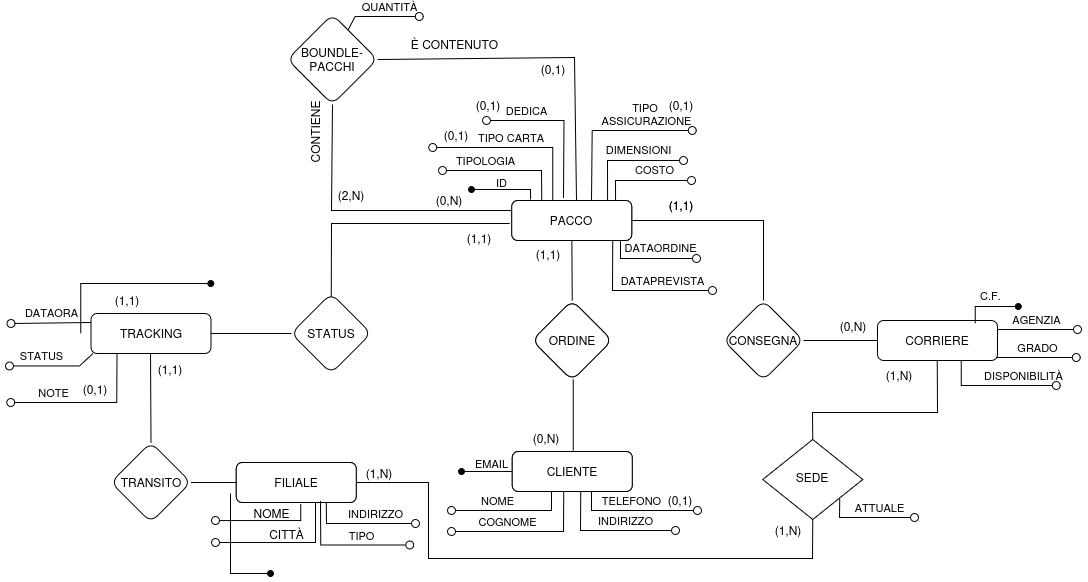
Before: Resources/ML.png, a diagram exported from draw.io (Solgio/ProgettoBasi). Source tidied: cells renumbered, new cells last; positions are measured from the earlier drawing's top-left corner, leaving out a move shared by most shapes.
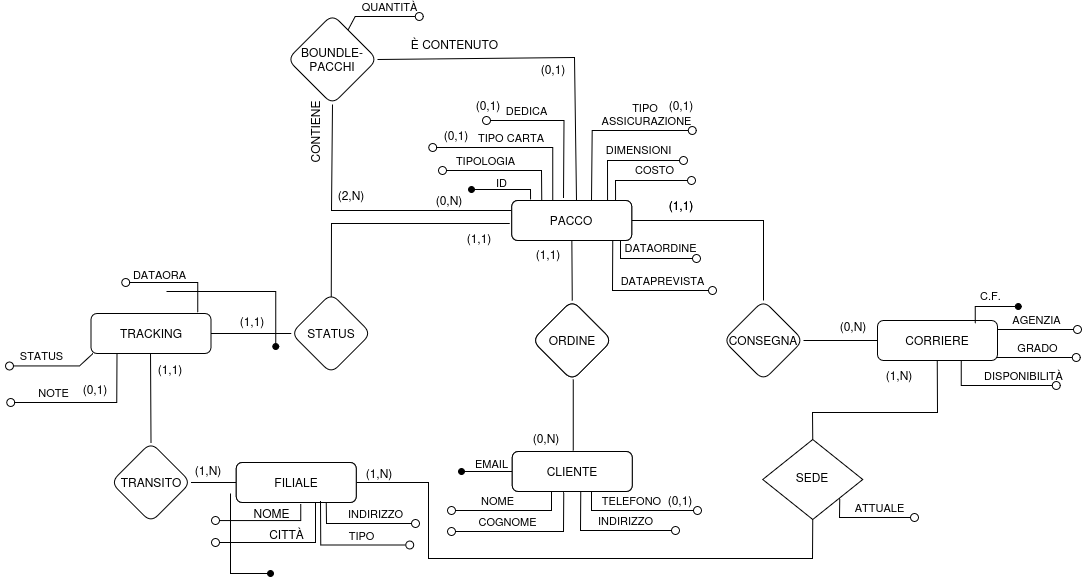
Above is the later version.

What changed in the source:
```diff
@@ -42,7 +42,7 @@
       <mxGeometry x="131.2" y="340" width="60" height="30" as="geometry" />
     </mxCell>
     <mxCell id="15" value="(1,N)" style="text;strokeColor=none;align=center;fillColor=none;html=1;verticalAlign=middle;whiteSpace=wrap;rounded=0;" parent="1" vertex="1">
-      <mxGeometry x="749" y="501" width="60" height="30" as="geometry" />
+      <mxGeometry x="169" y="441" width="60" height="30" as="geometry" />
     </mxCell>
     <mxCell id="16" value="(1,N)" style="text;strokeColor=none;align=center;fillColor=none;html=1;verticalAlign=middle;whiteSpace=wrap;rounded=0;" parent="1" vertex="1">
       <mxGeometry x="860" y="346" width="60" height="30" as="geometry" />
@@ -53,9 +53,6 @@
     <mxCell id="18" value="(0,N)" style="text;strokeColor=none;align=center;fillColor=none;html=1;verticalAlign=middle;whiteSpace=wrap;rounded=0;" parent="1" vertex="1">
       <mxGeometry x="507.2" y="409" width="60" height="30" as="geometry" />
     </mxCell>
-    <mxCell id="19" value="(1,1)" style="text;strokeColor=none;align=center;fillColor=none;html=1;verticalAlign=middle;whiteSpace=wrap;rounded=0;" parent="1" vertex="1">
-      <mxGeometry x="88" y="271" width="60" height="30" as="geometry" />
-    </mxCell>
     <mxCell id="20" value="(1,1)" style="text;strokeColor=none;align=center;fillColor=none;html=1;verticalAlign=middle;whiteSpace=wrap;rounded=0;" parent="1" vertex="1">
       <mxGeometry x="509.2" y="225" width="60" height="30" as="geometry" />
     </mxCell>
@@ -73,15 +70,6 @@
         </Array>
       </mxGeometry>
     </mxCell>
-    <mxCell id="23" style="endArrow=none;html=1;rounded=0;align=center;verticalAlign=top;endFill=0;labelBackgroundColor=none;endSize=6;startArrow=oval;startFill=1;" parent="1" edge="1">
-      <mxGeometry relative="1" as="geometry">
-        <mxPoint x="201.2" y="269" as="sourcePoint" />
-        <mxPoint x="71.2" y="319" as="targetPoint" />
-        <Array as="points">
-          <mxPoint x="71.2" y="269" />
-        </Array>
-      </mxGeometry>
-    </mxCell>
     <mxCell id="24" value="ID" style="endArrow=none;html=1;rounded=0;align=center;verticalAlign=top;endFill=0;labelBackgroundColor=none;endSize=6;startArrow=oval;startFill=1;entryX=0.115;entryY=-0.05;entryDx=0;entryDy=0;entryPerimeter=0;" parent="1" edge="1">
       <mxGeometry x="-0.13" y="20" relative="1" as="geometry">
         <mxPoint x="462" y="175" as="sourcePoint" />
@@ -115,12 +103,6 @@
         <mxPoint x="1066.8" y="343" as="targetPoint" />
       </mxGeometry>
     </mxCell>
-    <mxCell id="28" value="DATAORA" style="html=1;verticalAlign=bottom;labelBackgroundColor=none;endArrow=oval;endFill=0;endSize=8;rounded=0;" parent="1" edge="1">
-      <mxGeometry relative="1" as="geometry">
-        <mxPoint x="81.5" y="308" as="sourcePoint" />
-        <mxPoint x="1.5" y="309" as="targetPoint" />
-      </mxGeometry>
-    </mxCell>
     <mxCell id="29" value="STATUS" style="html=1;verticalAlign=bottom;labelBackgroundColor=none;endArrow=oval;endFill=0;endSize=8;rounded=0;exitX=0;exitY=1;exitDx=0;exitDy=0;" parent="1" edge="1">
       <mxGeometry x="0.27" relative="1" as="geometry">
         <mxPoint x="83.5" y="339" as="sourcePoint" />
@@ -429,5 +411,27 @@
         </Array>
       </mxGeometry>
     </mxCell>
+    <mxCell id="19" value="(1,1)" style="text;strokeColor=none;align=center;fillColor=none;html=1;verticalAlign=middle;whiteSpace=wrap;rounded=0;" parent="1" vertex="1">
+      <mxGeometry x="212.5" y="292" width="60" height="30" as="geometry" />
+    </mxCell>
+    <mxCell id="81" style="endArrow=none;html=1;rounded=0;align=center;verticalAlign=top;endFill=0;labelBackgroundColor=none;endSize=6;startArrow=oval;startFill=1;" parent="1" edge="1">
+      <mxGeometry relative="1" as="geometry">
+        <mxPoint x="266.2" y="332" as="sourcePoint" />
+        <mxPoint x="157" y="277" as="targetPoint" />
+        <Array as="points">
+          <mxPoint x="266.2" y="277" />
+          <mxPoint x="159.2" y="277" />
+        </Array>
+      </mxGeometry>
+    </mxCell>
+    <mxCell id="28" value="DATAORA" style="html=1;verticalAlign=bottom;labelBackgroundColor=none;endArrow=oval;endFill=0;endSize=8;rounded=0;exitX=0.75;exitY=0;exitDx=0;exitDy=0;" parent="1" edge="1">
+      <mxGeometry x="0.33" y="2" relative="1" as="geometry">
+        <mxPoint x="188.2" y="298" as="sourcePoint" />
+        <mxPoint x="116.2" y="268" as="targetPoint" />
+        <Array as="points">
+          <mxPoint x="188.2" y="268" />
+        </Array>
+      </mxGeometry>
+    </mxCell>
   </root>
 </mxGraphModel>
```
